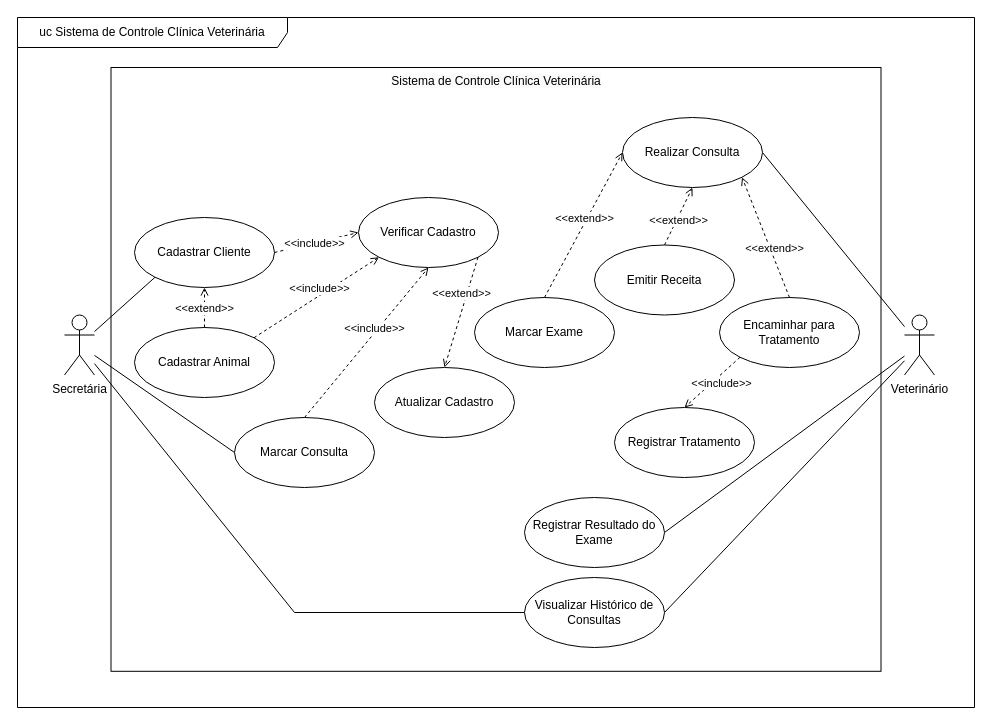
The draw.io diagram UC-Clinica-Veterinária(PDS).drawio in Beneilton-Martins/Sistema-de-Controle-de-Cl-nica-Veterin-ria, before the edit. Source tidied: cells renumbered, new cells numbered last; positions are measured from the earlier drawing's top-left corner, leaving out a move shared by most shapes. Both pictures are drawn from the tidied source at 100%, with x=0, y=0 at pixel (17, 17).
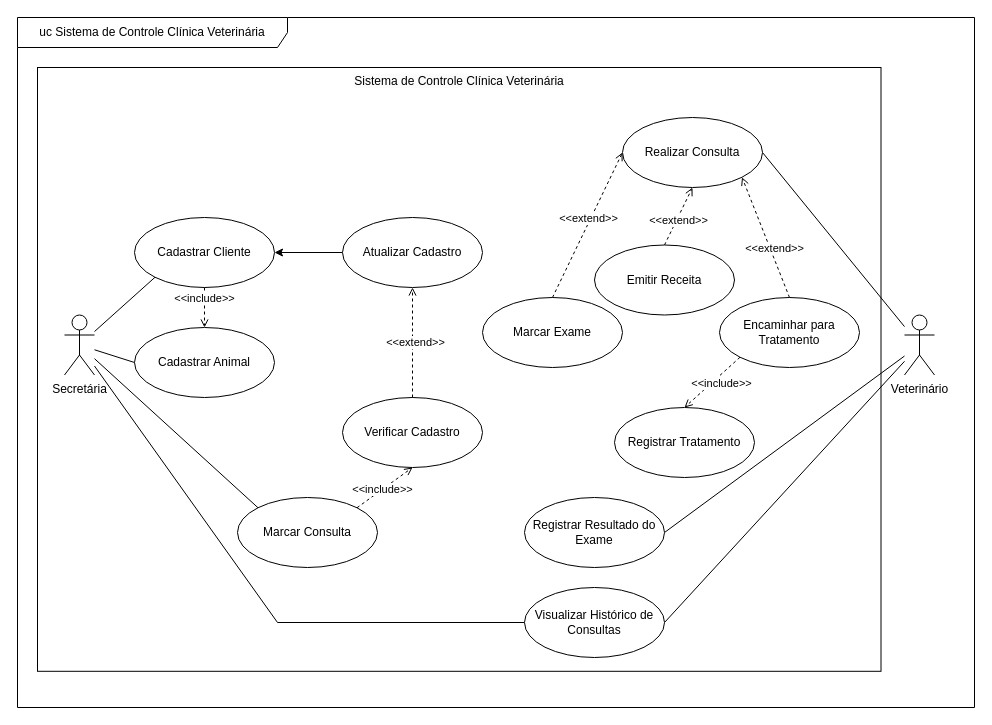
After the change.

Unchanged cells that the change refers to:
```xml
<mxCell id="4" value="Cadastrar Animal" style="ellipse;whiteSpace=wrap;html=1;align=center;" parent="1" vertex="1">
  <mxGeometry x="117" y="310" width="140" height="70" as="geometry" />
</mxCell>
<mxCell id="9" value="Cadastrar Cliente" style="ellipse;whiteSpace=wrap;html=1;align=center;" parent="1" vertex="1">
  <mxGeometry x="117" y="200" width="140" height="70" as="geometry" />
</mxCell>
```

Change to the diagram source:
```diff
@@
     <mxCell id="2" value="&lt;span style=&quot;color: rgb(0, 0, 0); font-family: Helvetica; font-size: 12px; font-style: normal; font-variant-ligatures: normal; font-variant-caps: normal; font-weight: 400; letter-spacing: normal; orphans: 2; text-indent: 0px; text-transform: none; widows: 2; word-spacing: 0px; -webkit-text-stroke-width: 0px; background-color: rgb(251, 251, 251); text-decoration-thickness: initial; text-decoration-style: initial; text-decoration-color: initial; float: none; display: inline !important;&quot;&gt;Sistema de Controle Clínica Veterinária&lt;/span&gt;" style="html=1;whiteSpace=wrap;align=center;verticalAlign=top;" parent="1" vertex="1">
-      <mxGeometry x="93.5" y="50" width="770" height="603.8" as="geometry" />
+      <mxGeometry x="20" y="50" width="843.5" height="603.8" as="geometry" />
     </mxCell>
@@
+    <mxCell id="33" style="rounded=0;jettySize=auto;html=1;exitX=0;exitY=0.5;exitDx=0;exitDy=0;endArrow=none;endFill=0;" parent="1" edge="1" source="4" target="6">
+      <mxGeometry relative="1" as="geometry" />
+    </mxCell>
@@
-    <mxCell id="6" value="Secretária" style="shape=umlActor;verticalLabelPosition=bottom;verticalAlign=top;html=1;align=center;" parent="1" vertex="1">
+    <mxCell id="6" value="Secretária" style="shape=umlActor;verticalLabelPosition=bottom;verticalAlign=top;html=1;align=center;labelBackgroundColor=#FFFFFF;labelBorderColor=none;" parent="1" vertex="1">
       <mxGeometry x="47" y="297.5" width="30" height="60" as="geometry" />
     </mxCell>
+    <mxCell id="34" style="rounded=0;jettySize=auto;html=1;exitX=0;exitY=0.5;exitDx=0;exitDy=0;entryX=1;entryY=0.5;entryDx=0;entryDy=0;" parent="1" edge="1" source="7" target="9">
+      <mxGeometry relative="1" as="geometry" />
+    </mxCell>
     <mxCell id="7" value="Atualizar Cadastro" style="ellipse;whiteSpace=wrap;html=1;verticalAlign=middle;align=center;" parent="1" vertex="1">
-      <mxGeometry x="357" y="350" width="140" height="70" as="geometry" />
+      <mxGeometry x="325" y="200" width="140" height="70" as="geometry" />
     </mxCell>
@@
     <mxCell id="10" value="Marcar Consulta" style="ellipse;whiteSpace=wrap;html=1;align=center;" parent="1" vertex="1">
-      <mxGeometry x="217" y="400" width="140" height="70" as="geometry" />
+      <mxGeometry x="220" y="480" width="140" height="70" as="geometry" />
     </mxCell>
     <mxCell id="11" value="Marcar Exame" style="ellipse;whiteSpace=wrap;html=1;align=center;" parent="1" vertex="1">
-      <mxGeometry x="457" y="280" width="140" height="70" as="geometry" />
+      <mxGeometry x="465" y="280" width="140" height="70" as="geometry" />
     </mxCell>
@@
     <mxCell id="16" style="rounded=0;jettySize=auto;html=1;exitX=0;exitY=0.5;exitDx=0;exitDy=0;endArrow=none;endFill=0;align=center;" parent="1" edge="1" source="18" target="6">
       <mxGeometry relative="1" as="geometry">
         <Array as="points">
-          <mxPoint x="277" y="595" />
+          <mxPoint x="260" y="605" />
         </Array>
       </mxGeometry>
     </mxCell>
@@
     <mxCell id="18" value="Visualizar Histórico de Consultas" style="ellipse;whiteSpace=wrap;html=1;align=center;" parent="1" vertex="1">
-      <mxGeometry x="507" y="560" width="140" height="70" as="geometry" />
+      <mxGeometry x="507" y="570" width="140" height="70" as="geometry" />
     </mxCell>
-    <mxCell id="19" style="rounded=0;jettySize=auto;html=1;exitX=0;exitY=0.5;exitDx=0;exitDy=0;endArrow=none;endFill=0;align=center;" parent="1" edge="1" source="10" target="6">
+    <mxCell id="19" style="rounded=0;jettySize=auto;html=1;exitX=0;exitY=0;exitDx=0;exitDy=0;endArrow=none;endFill=0;align=center;" parent="1" edge="1" source="10" target="6">
       <mxGeometry relative="1" as="geometry" />
     </mxCell>
@@
-    <mxCell id="27" value="&amp;lt;&amp;lt;include&amp;gt;&amp;gt;" style="html=1;verticalAlign=bottom;labelBackgroundColor=default;endArrow=open;endFill=0;dashed=1;rounded=0;entryX=0;entryY=1;entryDx=0;entryDy=0;exitX=1;exitY=0;exitDx=0;exitDy=0;align=center;" parent="1" edge="1" source="4" target="28">
-      <mxGeometry x="0.04" y="-2" relative="1" as="geometry" />
-    </mxCell>
     <mxCell id="28" value="Verificar Cadastro" style="ellipse;whiteSpace=wrap;html=1;align=center;" parent="1" vertex="1">
-      <mxGeometry x="341" y="180" width="140" height="70" as="geometry" />
+      <mxGeometry x="325" y="380" width="140" height="70" as="geometry" />
     </mxCell>
+    <mxCell id="30" value="&amp;lt;&amp;lt;extend&amp;gt;&amp;gt;" style="html=1;verticalAlign=bottom;labelBackgroundColor=default;endArrow=open;endFill=0;dashed=1;rounded=0;entryX=0.5;entryY=1;entryDx=0;entryDy=0;exitX=0.5;exitY=0;exitDx=0;exitDy=0;align=center;" parent="1" edge="1" source="28" target="7">
+      <mxGeometry x="-0.17" y="-3" relative="1" as="geometry" />
+    </mxCell>
-    <mxCell id="29" value="&amp;lt;&amp;lt;include&amp;gt;&amp;gt;" style="html=1;verticalAlign=bottom;labelBackgroundColor=default;endArrow=open;endFill=0;dashed=1;rounded=0;entryX=0.5;entryY=1;entryDx=0;entryDy=0;exitX=0.5;exitY=0;exitDx=0;exitDy=0;align=center;" parent="1" edge="1" source="10" target="28">
-      <mxGeometry x="0.09" y="-3" relative="1" as="geometry" />
+    <mxCell id="29" value="&amp;lt;&amp;lt;include&amp;gt;&amp;gt;" style="html=1;verticalAlign=bottom;labelBackgroundColor=default;endArrow=open;endFill=0;dashed=1;rounded=0;entryX=0.5;entryY=1;entryDx=0;entryDy=0;exitX=1;exitY=0;exitDx=0;exitDy=0;align=center;" parent="1" edge="1" source="10" target="28">
+      <mxGeometry x="-0.24" y="-7" relative="1" as="geometry" />
     </mxCell>
-    <mxCell id="30" value="&amp;lt;&amp;lt;extend&amp;gt;&amp;gt;" style="html=1;verticalAlign=bottom;labelBackgroundColor=default;endArrow=open;endFill=0;dashed=1;rounded=0;entryX=0.5;entryY=0;entryDx=0;entryDy=0;exitX=1;exitY=1;exitDx=0;exitDy=0;align=center;" parent="1" edge="1" source="28" target="7">
-      <mxGeometry x="-0.17" y="-3" relative="1" as="geometry" />
-    </mxCell>
-    <mxCell id="31" value="&amp;lt;&amp;lt;extend&amp;gt;&amp;gt;" style="html=1;verticalAlign=bottom;labelBackgroundColor=default;endArrow=open;endFill=0;dashed=1;rounded=0;exitX=0.5;exitY=0;exitDx=0;exitDy=0;entryX=0.5;entryY=1;entryDx=0;entryDy=0;align=center;" parent="1" edge="1" source="4" target="9">
-      <mxGeometry x="-0.5" relative="1" as="geometry" />
-    </mxCell>
-    <mxCell id="32" value="&amp;lt;&amp;lt;include&amp;gt;&amp;gt;" style="html=1;verticalAlign=bottom;labelBackgroundColor=default;endArrow=open;endFill=0;dashed=1;rounded=0;entryX=0;entryY=0.5;entryDx=0;entryDy=0;exitX=1;exitY=0.5;exitDx=0;exitDy=0;align=center;" parent="1" edge="1" source="9" target="28">
-      <mxGeometry x="-0.1" y="-9" relative="1" as="geometry" />
-    </mxCell>
+    <mxCell id="35" value="&amp;lt;&amp;lt;include&amp;gt;&amp;gt;" style="html=1;verticalAlign=bottom;labelBackgroundColor=default;endArrow=open;endFill=0;dashed=1;rounded=0;entryX=0.5;entryY=0;entryDx=0;entryDy=0;exitX=0.5;exitY=1;exitDx=0;exitDy=0;align=center;" parent="1" edge="1" source="9" target="4">
+      <mxGeometry relative="1" as="geometry" />
+    </mxCell>
```
